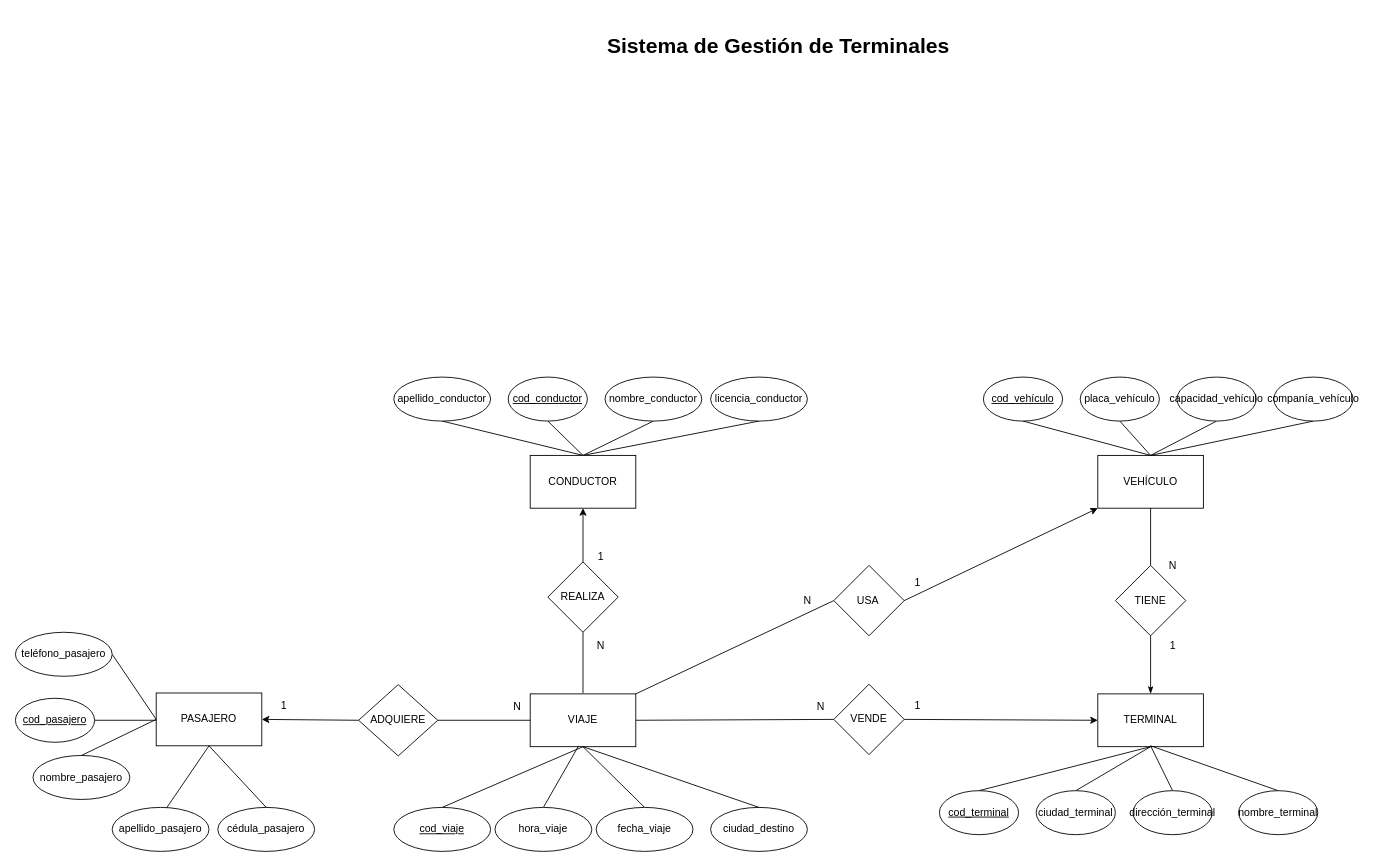
Earlier version of the draw.io diagram MER.drawio (Vladimirjon/Proyecto_BDD). Source tidied: cells renumbered, new cells numbered last; positions are measured from the earlier drawing's top-left corner, leaving out a move shared by most shapes. Both pictures are drawn from the tidied source at 88%, with x=0, y=0 at pixel (15, 15).
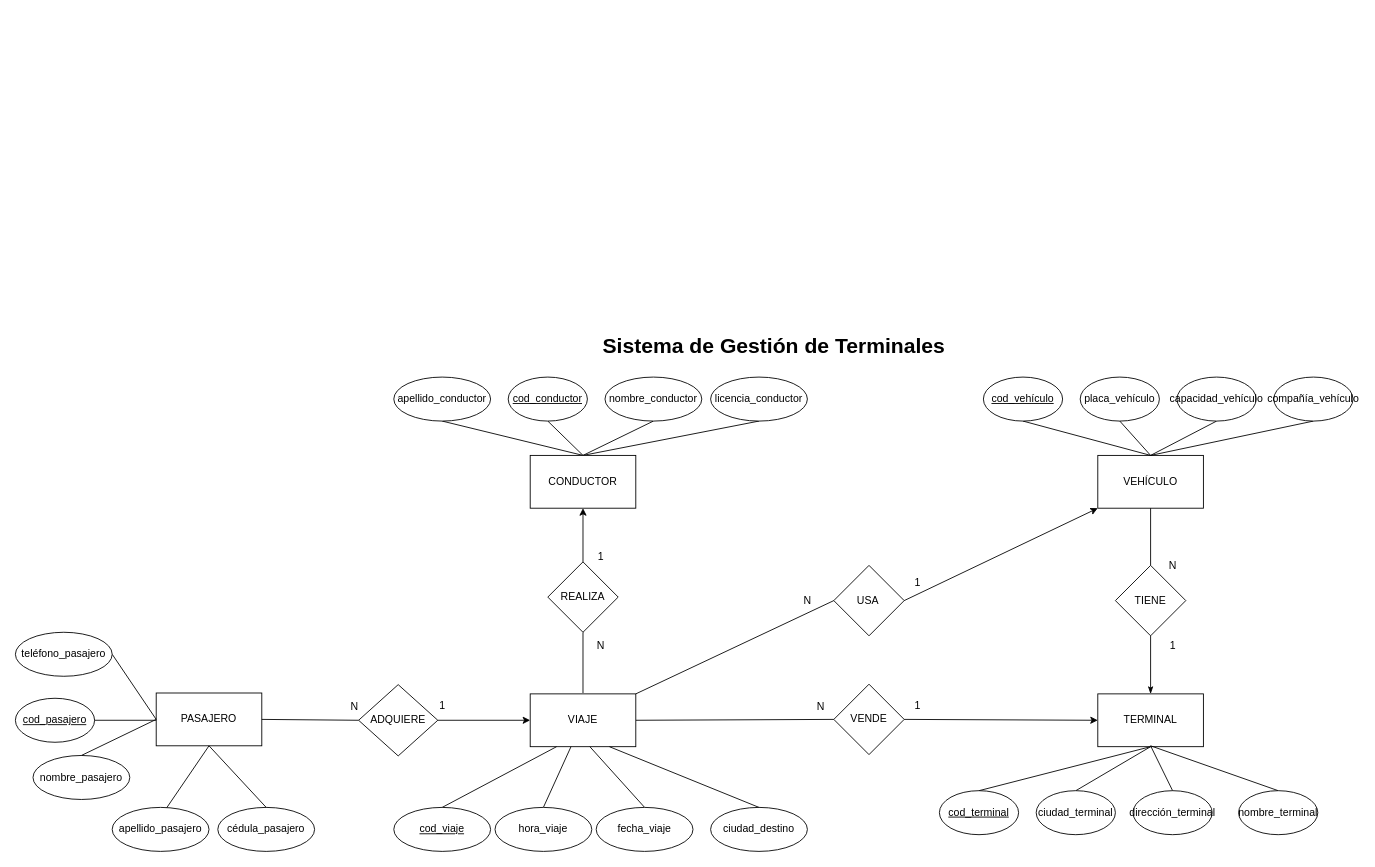
Above is the later version.

Commit message (it also covers changes not shown here):
Correccion Grafo Relacional

The change refers to these unchanged cells:
```xml
<mxCell id="12" value="VIAJE" style="rounded=0;whiteSpace=wrap;html=1;" parent="1" vertex="1">
  <mxGeometry x="585" y="771" width="120" height="60" as="geometry" />
</mxCell>
<mxCell id="30" value="fecha_viaje" style="ellipse;whiteSpace=wrap;html=1;" parent="1" vertex="1">
  <mxGeometry x="660" y="900" width="110" height="50" as="geometry" />
</mxCell>
<mxCell id="32" value="ciudad_destino" style="ellipse;whiteSpace=wrap;html=1;" parent="1" vertex="1">
  <mxGeometry x="790" y="900" width="110" height="50" as="geometry" />
</mxCell>
<mxCell id="42" value="&lt;u&gt;cod_viaje&lt;/u&gt;" style="ellipse;whiteSpace=wrap;html=1;" parent="1" vertex="1">
  <mxGeometry x="430" y="900" width="110" height="50" as="geometry" />
</mxCell>
<mxCell id="46" value="PASAJERO" style="rounded=0;whiteSpace=wrap;html=1;" parent="1" vertex="1">
  <mxGeometry x="160" y="770" width="120" height="60" as="geometry" />
</mxCell>
<mxCell id="48" value="ADQUIERE" style="rhombus;whiteSpace=wrap;html=1;" parent="1" vertex="1">
  <mxGeometry x="390" y="760.5" width="90" height="81" as="geometry" />
</mxCell>
<mxCell id="74" value="hora_viaje" style="ellipse;whiteSpace=wrap;html=1;" parent="1" vertex="1">
  <mxGeometry x="545" y="900" width="110" height="50" as="geometry" />
</mxCell>
```

Change to the diagram source:
```diff
@@
     <mxCell id="2" value="&lt;h1&gt;&lt;b&gt;Sistema de Gestión de Terminales&amp;nbsp;&lt;/b&gt;&lt;/h1&gt;" style="text;html=1;align=center;verticalAlign=middle;strokeColor=none;fillColor=none;" parent="1" vertex="1">
-      <mxGeometry x="660" width="420" height="70" as="geometry" />
+      <mxGeometry x="655" y="341" width="420" height="70" as="geometry" />
     </mxCell>
@@
-    <mxCell id="29" style="edgeStyle=none;html=1;exitX=0.5;exitY=0;exitDx=0;exitDy=0;entryX=0.5;entryY=1;entryDx=0;entryDy=0;endArrow=none;endFill=0;" parent="1" edge="1" source="30" target="12">
+    <mxCell id="29" style="edgeStyle=none;html=1;exitX=0.5;exitY=0;exitDx=0;exitDy=0;entryX=0.565;entryY=1;entryDx=0;entryDy=0;endArrow=none;endFill=0;entryPerimeter=0;" parent="1" edge="1" source="30" target="12">
       <mxGeometry relative="1" as="geometry" />
     </mxCell>
@@
-    <mxCell id="31" style="edgeStyle=none;html=1;exitX=0.5;exitY=0;exitDx=0;exitDy=0;entryX=0.5;entryY=1;entryDx=0;entryDy=0;endArrow=none;endFill=0;" parent="1" edge="1" source="32" target="12">
+    <mxCell id="31" style="edgeStyle=none;html=1;exitX=0.5;exitY=0;exitDx=0;exitDy=0;entryX=0.75;entryY=1;entryDx=0;entryDy=0;endArrow=none;endFill=0;" parent="1" edge="1" source="32" target="12">
       <mxGeometry relative="1" as="geometry" />
     </mxCell>
@@
-    <mxCell id="41" style="edgeStyle=none;html=1;exitX=0.5;exitY=0;exitDx=0;exitDy=0;entryX=0.5;entryY=1;entryDx=0;entryDy=0;endArrow=none;endFill=0;" parent="1" edge="1" source="42" target="12">
+    <mxCell id="41" style="edgeStyle=none;html=1;exitX=0.5;exitY=0;exitDx=0;exitDy=0;entryX=0.25;entryY=1;entryDx=0;entryDy=0;endArrow=none;endFill=0;" parent="1" edge="1" source="42" target="12">
       <mxGeometry relative="1" as="geometry" />
     </mxCell>
@@
-    <mxCell id="45" value="N" style="text;html=1;align=center;verticalAlign=middle;strokeColor=none;fillColor=none;" parent="1" vertex="1">
-      <mxGeometry x="555" y="771" width="30" height="30" as="geometry" />
+    <mxCell id="45" value="1" style="text;html=1;align=center;verticalAlign=middle;strokeColor=none;fillColor=none;" parent="1" vertex="1">
+      <mxGeometry x="470" y="770" width="30" height="30" as="geometry" />
     </mxCell>
@@
-    <mxCell id="47" style="edgeStyle=none;html=1;exitX=0;exitY=0.5;exitDx=0;exitDy=0;entryX=1;entryY=0.5;entryDx=0;entryDy=0;" parent="1" edge="1" source="48" target="46">
+    <mxCell id="47" style="edgeStyle=none;html=1;exitX=0;exitY=0.5;exitDx=0;exitDy=0;entryX=1;entryY=0.5;entryDx=0;entryDy=0;endArrow=none;endFill=0;" parent="1" edge="1" source="48" target="46">
       <mxGeometry relative="1" as="geometry" />
     </mxCell>
@@
-    <mxCell id="49" style="edgeStyle=none;html=1;exitX=0;exitY=0.5;exitDx=0;exitDy=0;entryX=1;entryY=0.5;entryDx=0;entryDy=0;endArrow=none;endFill=0;startArrow=none;startFill=0;" parent="1" edge="1" source="12" target="48">
+    <mxCell id="49" style="edgeStyle=none;html=1;exitX=0;exitY=0.5;exitDx=0;exitDy=0;entryX=1;entryY=0.5;entryDx=0;entryDy=0;endArrow=none;endFill=0;startArrow=classic;startFill=1;" parent="1" edge="1" source="12" target="48">
       <mxGeometry relative="1" as="geometry" />
     </mxCell>
-    <mxCell id="50" value="1" style="text;html=1;align=center;verticalAlign=middle;strokeColor=none;fillColor=none;" parent="1" vertex="1">
-      <mxGeometry x="290" y="770" width="30" height="30" as="geometry" />
+    <mxCell id="50" value="N" style="text;html=1;align=center;verticalAlign=middle;strokeColor=none;fillColor=none;" parent="1" vertex="1">
+      <mxGeometry x="370" y="771" width="30" height="30" as="geometry" />
     </mxCell>
@@
-    <mxCell id="64" value="companía_vehículo" style="ellipse;whiteSpace=wrap;html=1;" parent="1" vertex="1">
+    <mxCell id="64" value="compañía_vehículo" style="ellipse;whiteSpace=wrap;html=1;" parent="1" vertex="1">
       <mxGeometry x="1430" y="411" width="90" height="50" as="geometry" />
     </mxCell>
@@
-    <mxCell id="73" style="edgeStyle=none;html=1;exitX=0.5;exitY=0;exitDx=0;exitDy=0;endArrow=none;endFill=0;" parent="1" edge="1" source="74">
-      <mxGeometry relative="1" as="geometry">
-        <mxPoint x="640" y="830" as="targetPoint" />
-      </mxGeometry>
+    <mxCell id="73" style="edgeStyle=none;html=1;exitX=0.5;exitY=0;exitDx=0;exitDy=0;endArrow=none;endFill=0;" parent="1" edge="1" source="74" target="12">
+      <mxGeometry relative="1" as="geometry" />
     </mxCell>
```
